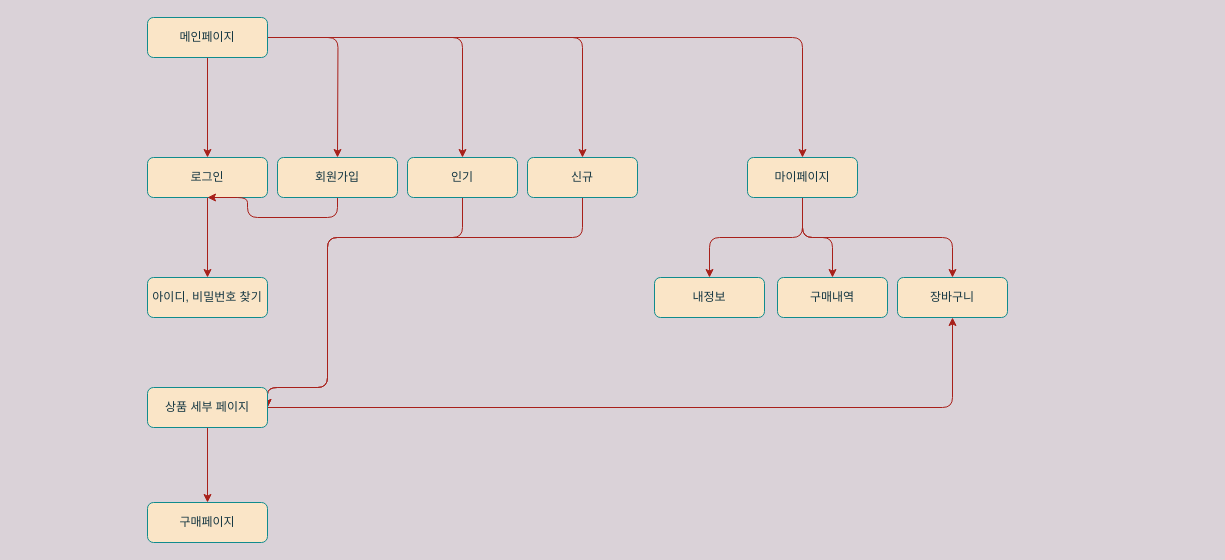
The draw.io diagram Untitled Diagram.drawio in kimhyeongyun/Java, before the edit. Source tidied: cells renumbered, new cells numbered last; positions are measured from the earlier drawing's top-left corner, leaving out a move shared by most shapes. Both pictures are drawn from the tidied source at 100%, with x=0, y=0 at pixel (147, 17).
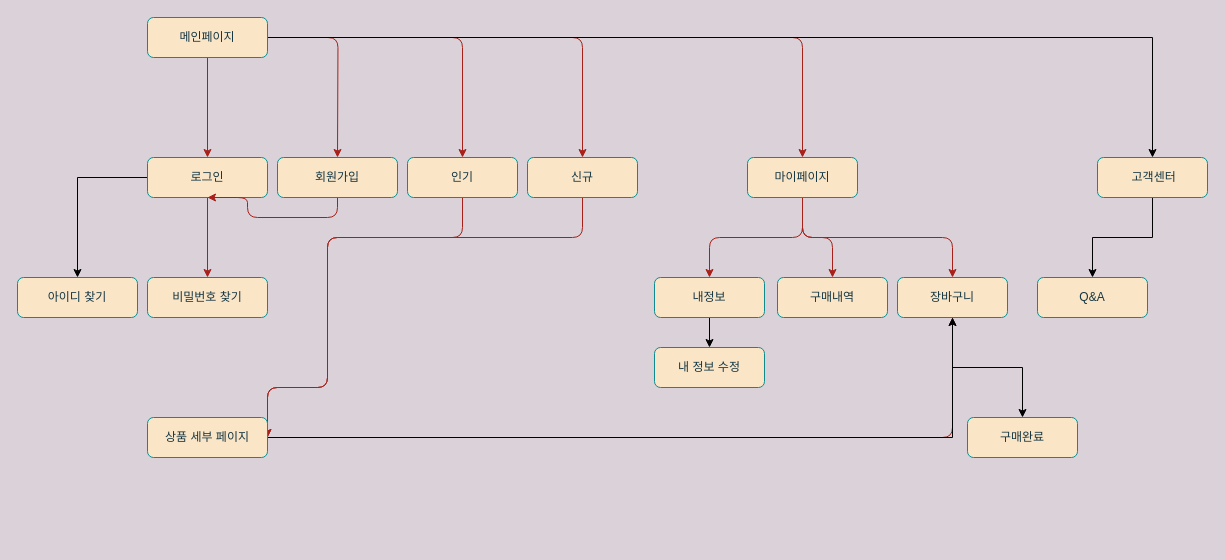
Above is the later version.

Unchanged cells that the change refers to:
```xml
<mxCell id="7" value="메인페이지" style="rounded=1;whiteSpace=wrap;html=1;fontSize=12;glass=0;strokeWidth=1;shadow=0;fillColor=#FAE5C7;strokeColor=#0F8B8D;fontColor=#143642;" parent="1" vertex="1">
  <mxGeometry width="120" height="40" as="geometry" />
</mxCell>
<mxCell id="9" value="로그인" style="rounded=1;whiteSpace=wrap;html=1;fontSize=12;glass=0;strokeWidth=1;shadow=0;fillColor=#FAE5C7;strokeColor=#0F8B8D;fontColor=#143642;" parent="1" vertex="1">
  <mxGeometry y="140" width="120" height="40" as="geometry" />
</mxCell>
<mxCell id="21" value="내정보" style="rounded=1;whiteSpace=wrap;html=1;fontSize=12;glass=0;strokeWidth=1;shadow=0;fillColor=#FAE5C7;strokeColor=#0F8B8D;fontColor=#143642;" parent="1" vertex="1">
  <mxGeometry x="507" y="260" width="110" height="40" as="geometry" />
</mxCell>
<mxCell id="23" value="장바구니" style="rounded=1;whiteSpace=wrap;html=1;fontSize=12;glass=0;strokeWidth=1;shadow=0;fillColor=#FAE5C7;strokeColor=#0F8B8D;fontColor=#143642;" parent="1" vertex="1">
  <mxGeometry x="750" y="260" width="110" height="40" as="geometry" />
</mxCell>
```

Change to the diagram source:
```diff
@@
+    <mxCell id="28" style="edgeStyle=orthogonalEdgeStyle;rounded=0;jettySize=auto;html=1;" parent="1" edge="1" source="7" target="34">
+      <mxGeometry relative="1" as="geometry" />
+    </mxCell>
@@
+    <mxCell id="29" style="edgeStyle=orthogonalEdgeStyle;rounded=0;jettySize=auto;html=1;" parent="1" edge="1" source="9" target="35">
+      <mxGeometry relative="1" as="geometry" />
+    </mxCell>
@@
-    <mxCell id="10" value="아이디, 비밀번호 찾기" style="rounded=1;whiteSpace=wrap;html=1;fontSize=12;glass=0;strokeWidth=1;shadow=0;fillColor=#FAE5C7;strokeColor=#0F8B8D;fontColor=#143642;" parent="1" vertex="1">
+    <mxCell id="10" value="비밀번호 찾기" style="rounded=1;whiteSpace=wrap;html=1;fontSize=12;glass=0;strokeWidth=1;shadow=0;fillColor=#FAE5C7;strokeColor=#0F8B8D;fontColor=#143642;" parent="1" vertex="1">
       <mxGeometry y="260" width="120" height="40" as="geometry" />
     </mxCell>
@@
+    <mxCell id="30" style="edgeStyle=orthogonalEdgeStyle;rounded=0;jettySize=auto;html=1;" parent="1" edge="1" source="21" target="36">
+      <mxGeometry relative="1" as="geometry" />
+    </mxCell>
@@
+    <mxCell id="31" style="edgeStyle=orthogonalEdgeStyle;rounded=0;jettySize=auto;html=1;entryX=0.5;entryY=0;entryDx=0;entryDy=0;" parent="1" edge="1" source="23" target="38">
+      <mxGeometry relative="1" as="geometry" />
+    </mxCell>
@@
-    <mxCell id="24" style="edgeStyle=orthogonalEdgeStyle;curved=0;rounded=1;sketch=0;jettySize=auto;html=1;strokeColor=#A8201A;fillColor=#FAE5C7;fontColor=#143642;entryX=0.5;entryY=0;entryDx=0;entryDy=0;" parent="1" edge="1" source="26" target="27">
-      <mxGeometry relative="1" as="geometry" />
-    </mxCell>
@@
+    <mxCell id="32" style="edgeStyle=orthogonalEdgeStyle;rounded=0;jettySize=auto;html=1;entryX=0.5;entryY=1;entryDx=0;entryDy=0;" parent="1" edge="1" source="26" target="23">
+      <mxGeometry relative="1" as="geometry" />
+    </mxCell>
     <mxCell id="26" value="상품 세부 페이지" style="rounded=1;whiteSpace=wrap;html=1;fontSize=12;glass=0;strokeWidth=1;shadow=0;fillColor=#FAE5C7;strokeColor=#0F8B8D;fontColor=#143642;" parent="1" vertex="1">
-      <mxGeometry y="370" width="120" height="40" as="geometry" />
+      <mxGeometry y="400" width="120" height="40" as="geometry" />
     </mxCell>
-    <mxCell id="27" value="구매페이지" style="rounded=1;whiteSpace=wrap;html=1;fontSize=12;glass=0;strokeWidth=1;shadow=0;fillColor=#FAE5C7;strokeColor=#0F8B8D;fontColor=#143642;" parent="1" vertex="1">
-      <mxGeometry y="485" width="120" height="40" as="geometry" />
-    </mxCell>
+    <mxCell id="33" style="edgeStyle=orthogonalEdgeStyle;rounded=0;jettySize=auto;html=1;" parent="1" edge="1" source="34" target="37">
+      <mxGeometry relative="1" as="geometry" />
+    </mxCell>
+    <mxCell id="34" value="&amp;nbsp;고객센터" style="rounded=1;whiteSpace=wrap;html=1;fontSize=12;glass=0;strokeWidth=1;shadow=0;fillColor=#FAE5C7;strokeColor=#0F8B8D;fontColor=#143642;" parent="1" vertex="1">
+      <mxGeometry x="950" y="140" width="110" height="40" as="geometry" />
+    </mxCell>
+    <mxCell id="35" value="아이디 찾기" style="rounded=1;whiteSpace=wrap;html=1;fontSize=12;glass=0;strokeWidth=1;shadow=0;fillColor=#FAE5C7;strokeColor=#0F8B8D;fontColor=#143642;" parent="1" vertex="1">
+      <mxGeometry x="-130" y="260" width="120" height="40" as="geometry" />
+    </mxCell>
+    <mxCell id="36" value="내 정보 수정" style="rounded=1;whiteSpace=wrap;html=1;fontSize=12;glass=0;strokeWidth=1;shadow=0;fillColor=#FAE5C7;strokeColor=#0F8B8D;fontColor=#143642;" parent="1" vertex="1">
+      <mxGeometry x="507" y="330" width="110" height="40" as="geometry" />
+    </mxCell>
+    <mxCell id="37" value="Q&amp;amp;A" style="rounded=1;whiteSpace=wrap;html=1;fontSize=12;glass=0;strokeWidth=1;shadow=0;fillColor=#FAE5C7;strokeColor=#0F8B8D;fontColor=#143642;" parent="1" vertex="1">
+      <mxGeometry x="890" y="260" width="110" height="40" as="geometry" />
+    </mxCell>
+    <mxCell id="38" value="구매완료" style="rounded=1;whiteSpace=wrap;html=1;fontSize=12;glass=0;strokeWidth=1;shadow=0;fillColor=#FAE5C7;strokeColor=#0F8B8D;fontColor=#143642;" parent="1" vertex="1">
+      <mxGeometry x="820" y="400" width="110" height="40" as="geometry" />
+    </mxCell>
```
